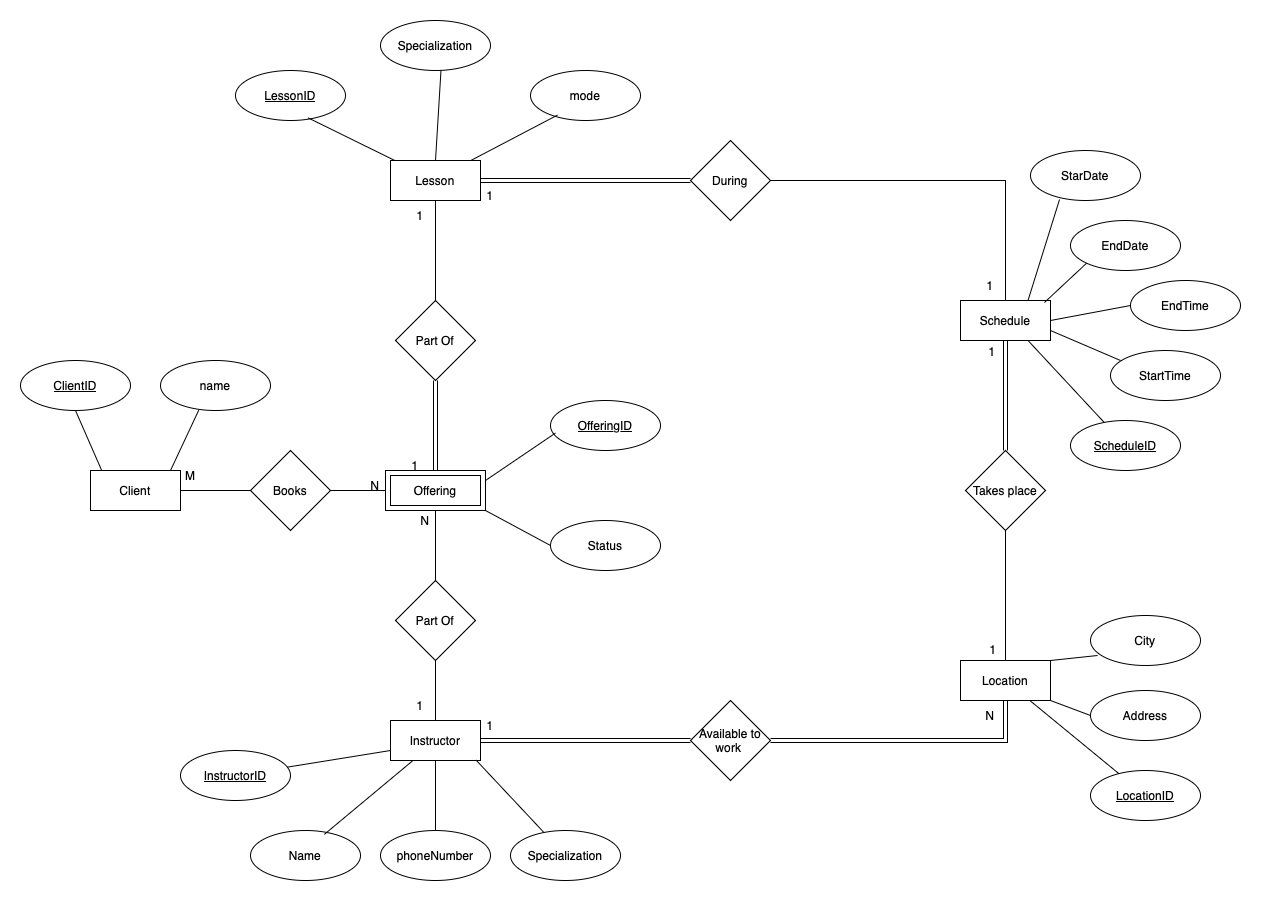
Before: Q2.drawio.png, a diagram exported from draw.io (JeremyCrete/363A1). Source tidied: cells renumbered, new cells last; positions are measured from the earlier drawing's top-left corner, leaving out a move shared by most shapes.
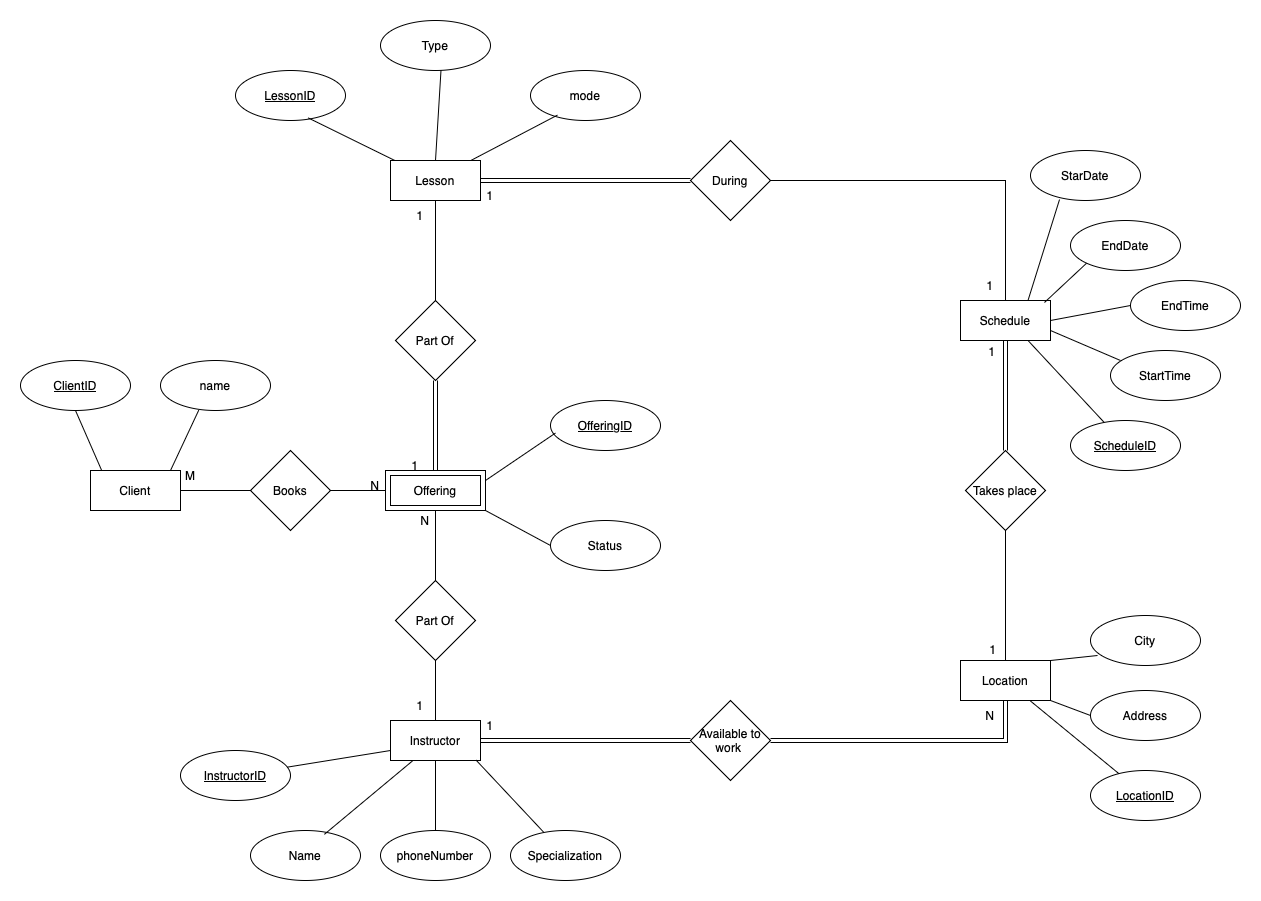
After the change.

The edit, as a diff of the source:
```diff
@@ -50,7 +50,7 @@
     <mxCell id="17" value="&lt;u&gt;LessonID&lt;/u&gt;" style="ellipse;whiteSpace=wrap;html=1;" parent="1" vertex="1">
       <mxGeometry x="215" y="50" width="110" height="50" as="geometry" />
     </mxCell>
-    <mxCell id="18" value="Specialization" style="ellipse;whiteSpace=wrap;html=1;" parent="1" vertex="1">
+    <mxCell id="18" value="Type" style="ellipse;whiteSpace=wrap;html=1;" parent="1" vertex="1">
       <mxGeometry x="360" width="110" height="50" as="geometry" />
     </mxCell>
     <mxCell id="19" value="mode" style="ellipse;whiteSpace=wrap;html=1;" parent="1" vertex="1">
```
